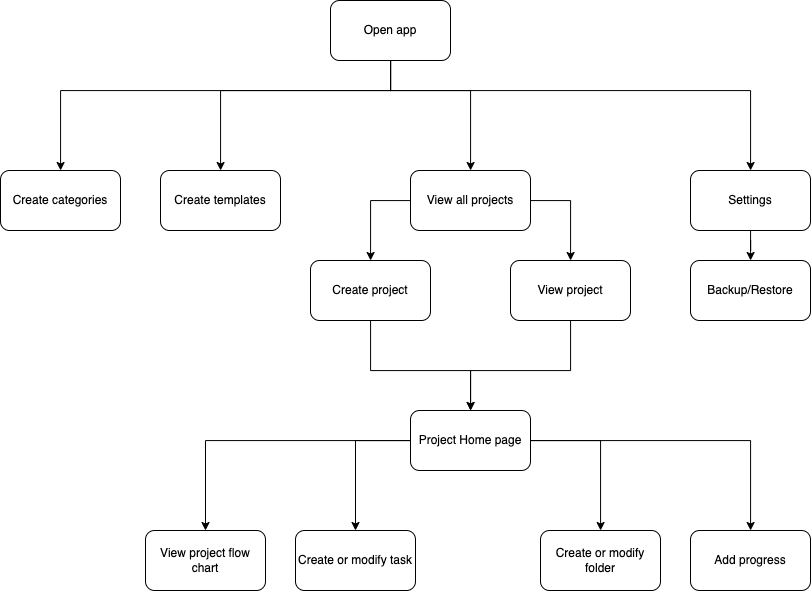
The draw.io diagram images/projectmanager/projectmanager_flow_chart.png in lintov7/lintov7.github.io, before a commit. Source tidied: cells renumbered, new cells last; positions are measured from the earlier drawing's top-left corner, leaving out a move shared by most shapes.
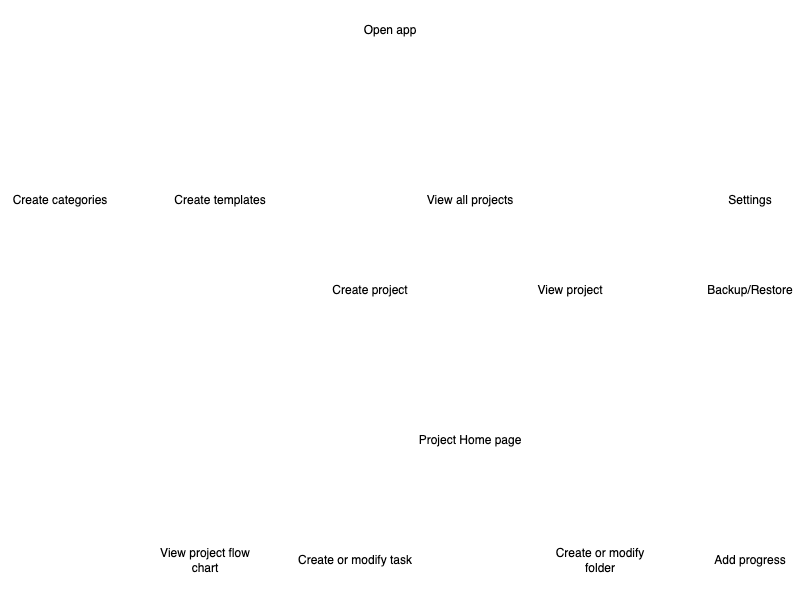
After the commit.

What changed in the source:
```diff
@@ -2,7 +2,7 @@
   <root>
     <mxCell id="0" />
     <mxCell id="1" parent="0" />
-    <mxCell id="2" style="edgeStyle=orthogonalEdgeStyle;rounded=0;jettySize=auto;html=1;" parent="1" edge="1" source="6" target="9">
+    <mxCell id="2" style="edgeStyle=orthogonalEdgeStyle;rounded=0;jettySize=auto;html=1;strokeColor=#FFFFFF;" parent="1" edge="1" source="6" target="9">
       <mxGeometry relative="1" as="geometry">
         <Array as="points">
           <mxPoint x="390" y="90" />
@@ -10,7 +10,7 @@
         </Array>
       </mxGeometry>
     </mxCell>
-    <mxCell id="3" style="edgeStyle=orthogonalEdgeStyle;rounded=0;jettySize=auto;html=1;" parent="1" edge="1" source="6" target="10">
+    <mxCell id="3" style="edgeStyle=orthogonalEdgeStyle;rounded=0;jettySize=auto;html=1;strokeColor=#FFFFFF;" parent="1" edge="1" source="6" target="10">
       <mxGeometry relative="1" as="geometry">
         <Array as="points">
           <mxPoint x="390" y="90" />
@@ -18,7 +18,7 @@
         </Array>
       </mxGeometry>
     </mxCell>
-    <mxCell id="4" style="edgeStyle=orthogonalEdgeStyle;rounded=0;jettySize=auto;html=1;" parent="1" edge="1" source="6" target="12">
+    <mxCell id="4" style="edgeStyle=orthogonalEdgeStyle;rounded=0;jettySize=auto;html=1;strokeColor=#FFFFFF;" parent="1" edge="1" source="6" target="12">
       <mxGeometry relative="1" as="geometry">
         <Array as="points">
           <mxPoint x="390" y="90" />
@@ -26,7 +26,7 @@
         </Array>
       </mxGeometry>
     </mxCell>
-    <mxCell id="5" style="edgeStyle=orthogonalEdgeStyle;rounded=0;jettySize=auto;html=1;" parent="1" edge="1" source="6" target="27">
+    <mxCell id="5" style="edgeStyle=orthogonalEdgeStyle;rounded=0;jettySize=auto;html=1;strokeColor=#FFFFFF;" parent="1" edge="1" source="6" target="27">
       <mxGeometry relative="1" as="geometry">
         <Array as="points">
           <mxPoint x="390" y="90" />
@@ -34,36 +34,36 @@
         </Array>
       </mxGeometry>
     </mxCell>
-    <mxCell id="6" value="Open app" style="rounded=1;whiteSpace=wrap;html=1;" parent="1" vertex="1">
+    <mxCell id="6" value="Open app" style="rounded=1;whiteSpace=wrap;html=1;strokeColor=#FFFFFF;" parent="1" vertex="1">
       <mxGeometry x="330" width="120" height="60" as="geometry" />
     </mxCell>
-    <mxCell id="7" style="edgeStyle=orthogonalEdgeStyle;rounded=0;jettySize=auto;html=1;" parent="1" edge="1" source="9" target="14">
+    <mxCell id="7" style="edgeStyle=orthogonalEdgeStyle;rounded=0;jettySize=auto;html=1;strokeColor=#FFFFFF;" parent="1" edge="1" source="9" target="14">
       <mxGeometry relative="1" as="geometry">
         <Array as="points">
           <mxPoint x="370" y="200" />
         </Array>
       </mxGeometry>
     </mxCell>
-    <mxCell id="8" style="edgeStyle=orthogonalEdgeStyle;rounded=0;jettySize=auto;html=1;" parent="1" edge="1" source="9" target="16">
+    <mxCell id="8" style="edgeStyle=orthogonalEdgeStyle;rounded=0;jettySize=auto;html=1;strokeColor=#FFFFFF;" parent="1" edge="1" source="9" target="16">
       <mxGeometry relative="1" as="geometry">
         <Array as="points">
           <mxPoint x="570" y="200" />
         </Array>
       </mxGeometry>
     </mxCell>
-    <mxCell id="9" value="View all projects" style="whiteSpace=wrap;html=1;rounded=1;" parent="1" vertex="1">
+    <mxCell id="9" value="View all projects" style="whiteSpace=wrap;html=1;rounded=1;strokeColor=#FFFFFF;" parent="1" vertex="1">
       <mxGeometry x="410" y="170" width="120" height="60" as="geometry" />
     </mxCell>
-    <mxCell id="10" value="Create categories" style="whiteSpace=wrap;html=1;rounded=1;" parent="1" vertex="1">
+    <mxCell id="10" value="Create categories" style="whiteSpace=wrap;html=1;rounded=1;strokeColor=#FFFFFF;" parent="1" vertex="1">
       <mxGeometry y="170" width="120" height="60" as="geometry" />
     </mxCell>
-    <mxCell id="11" style="edgeStyle=orthogonalEdgeStyle;rounded=0;jettySize=auto;html=1;" parent="1" edge="1" source="12" target="26">
+    <mxCell id="11" style="edgeStyle=orthogonalEdgeStyle;rounded=0;jettySize=auto;html=1;strokeColor=#FFFFFF;" parent="1" edge="1" source="12" target="26">
       <mxGeometry relative="1" as="geometry" />
     </mxCell>
-    <mxCell id="12" value="Settings" style="whiteSpace=wrap;html=1;rounded=1;" parent="1" vertex="1">
+    <mxCell id="12" value="Settings" style="whiteSpace=wrap;html=1;rounded=1;strokeColor=#FFFFFF;" parent="1" vertex="1">
       <mxGeometry x="690" y="170" width="120" height="60" as="geometry" />
     </mxCell>
-    <mxCell id="13" style="edgeStyle=orthogonalEdgeStyle;rounded=0;jettySize=auto;html=1;" parent="1" edge="1" source="14" target="21">
+    <mxCell id="13" style="edgeStyle=orthogonalEdgeStyle;rounded=0;jettySize=auto;html=1;strokeColor=#FFFFFF;" parent="1" edge="1" source="14" target="21">
       <mxGeometry relative="1" as="geometry">
         <Array as="points">
           <mxPoint x="370" y="370" />
@@ -71,10 +71,10 @@
         </Array>
       </mxGeometry>
     </mxCell>
-    <mxCell id="14" value="Create project" style="whiteSpace=wrap;html=1;rounded=1;" parent="1" vertex="1">
+    <mxCell id="14" value="Create project" style="whiteSpace=wrap;html=1;rounded=1;strokeColor=#FFFFFF;" parent="1" vertex="1">
       <mxGeometry x="310" y="260" width="120" height="60" as="geometry" />
     </mxCell>
-    <mxCell id="15" style="edgeStyle=orthogonalEdgeStyle;rounded=0;jettySize=auto;html=1;" parent="1" edge="1" source="16" target="21">
+    <mxCell id="15" style="edgeStyle=orthogonalEdgeStyle;rounded=0;jettySize=auto;html=1;strokeColor=#FFFFFF;" parent="1" edge="1" source="16" target="21">
       <mxGeometry relative="1" as="geometry">
         <Array as="points">
           <mxPoint x="570" y="370" />
@@ -82,48 +82,48 @@
         </Array>
       </mxGeometry>
     </mxCell>
-    <mxCell id="16" value="View project" style="whiteSpace=wrap;html=1;rounded=1;" parent="1" vertex="1">
+    <mxCell id="16" value="View project" style="whiteSpace=wrap;html=1;rounded=1;strokeColor=#FFFFFF;" parent="1" vertex="1">
       <mxGeometry x="510" y="260" width="120" height="60" as="geometry" />
     </mxCell>
-    <mxCell id="17" style="edgeStyle=orthogonalEdgeStyle;rounded=0;jettySize=auto;html=1;" parent="1" edge="1" source="21" target="22">
+    <mxCell id="17" style="edgeStyle=orthogonalEdgeStyle;rounded=0;jettySize=auto;html=1;strokeColor=#FFFFFF;" parent="1" edge="1" source="21" target="22">
       <mxGeometry relative="1" as="geometry" />
     </mxCell>
-    <mxCell id="18" style="edgeStyle=orthogonalEdgeStyle;rounded=0;jettySize=auto;html=1;" parent="1" edge="1" source="21" target="23">
+    <mxCell id="18" style="edgeStyle=orthogonalEdgeStyle;rounded=0;jettySize=auto;html=1;strokeColor=#FFFFFF;" parent="1" edge="1" source="21" target="23">
       <mxGeometry relative="1" as="geometry">
         <Array as="points">
           <mxPoint x="355" y="440" />
         </Array>
       </mxGeometry>
     </mxCell>
-    <mxCell id="19" style="edgeStyle=orthogonalEdgeStyle;rounded=0;jettySize=auto;html=1;" parent="1" edge="1" source="21" target="24">
+    <mxCell id="19" style="edgeStyle=orthogonalEdgeStyle;rounded=0;jettySize=auto;html=1;strokeColor=#FFFFFF;" parent="1" edge="1" source="21" target="24">
       <mxGeometry relative="1" as="geometry">
         <Array as="points">
           <mxPoint x="600" y="440" />
         </Array>
       </mxGeometry>
     </mxCell>
-    <mxCell id="20" style="edgeStyle=orthogonalEdgeStyle;rounded=0;jettySize=auto;html=1;" parent="1" edge="1" source="21" target="25">
+    <mxCell id="20" style="edgeStyle=orthogonalEdgeStyle;rounded=0;jettySize=auto;html=1;strokeColor=#FFFFFF;" parent="1" edge="1" source="21" target="25">
       <mxGeometry relative="1" as="geometry" />
     </mxCell>
-    <mxCell id="21" value="Project Home page" style="whiteSpace=wrap;html=1;rounded=1;" parent="1" vertex="1">
+    <mxCell id="21" value="Project Home page" style="whiteSpace=wrap;html=1;rounded=1;strokeColor=#FFFFFF;" parent="1" vertex="1">
       <mxGeometry x="410" y="410" width="120" height="60" as="geometry" />
     </mxCell>
-    <mxCell id="22" value="View project flow chart" style="whiteSpace=wrap;html=1;rounded=1;" parent="1" vertex="1">
+    <mxCell id="22" value="View project flow chart" style="whiteSpace=wrap;html=1;rounded=1;strokeColor=#FFFFFF;" parent="1" vertex="1">
       <mxGeometry x="145" y="530" width="120" height="60" as="geometry" />
     </mxCell>
-    <mxCell id="23" value="Create or modify task" style="whiteSpace=wrap;html=1;rounded=1;" parent="1" vertex="1">
+    <mxCell id="23" value="Create or modify task" style="whiteSpace=wrap;html=1;rounded=1;strokeColor=#FFFFFF;" parent="1" vertex="1">
       <mxGeometry x="295" y="530" width="120" height="60" as="geometry" />
     </mxCell>
-    <mxCell id="24" value="Create or modify folder" style="whiteSpace=wrap;html=1;rounded=1;" parent="1" vertex="1">
+    <mxCell id="24" value="Create or modify folder" style="whiteSpace=wrap;html=1;rounded=1;strokeColor=#FFFFFF;" parent="1" vertex="1">
       <mxGeometry x="540" y="530" width="120" height="60" as="geometry" />
     </mxCell>
-    <mxCell id="25" value="Add progress" style="whiteSpace=wrap;html=1;rounded=1;" parent="1" vertex="1">
+    <mxCell id="25" value="Add progress" style="whiteSpace=wrap;html=1;rounded=1;strokeColor=#FFFFFF;" parent="1" vertex="1">
       <mxGeometry x="690" y="530" width="120" height="60" as="geometry" />
     </mxCell>
-    <mxCell id="26" value="Backup/Restore" style="whiteSpace=wrap;html=1;rounded=1;" parent="1" vertex="1">
+    <mxCell id="26" value="Backup/Restore" style="whiteSpace=wrap;html=1;rounded=1;strokeColor=#FFFFFF;" parent="1" vertex="1">
       <mxGeometry x="690" y="260" width="120" height="60" as="geometry" />
     </mxCell>
-    <mxCell id="27" value="Create templates" style="whiteSpace=wrap;html=1;rounded=1;" parent="1" vertex="1">
+    <mxCell id="27" value="Create templates" style="whiteSpace=wrap;html=1;rounded=1;strokeColor=#FFFFFF;" parent="1" vertex="1">
       <mxGeometry x="160" y="170" width="120" height="60" as="geometry" />
     </mxCell>
   </root>
```
